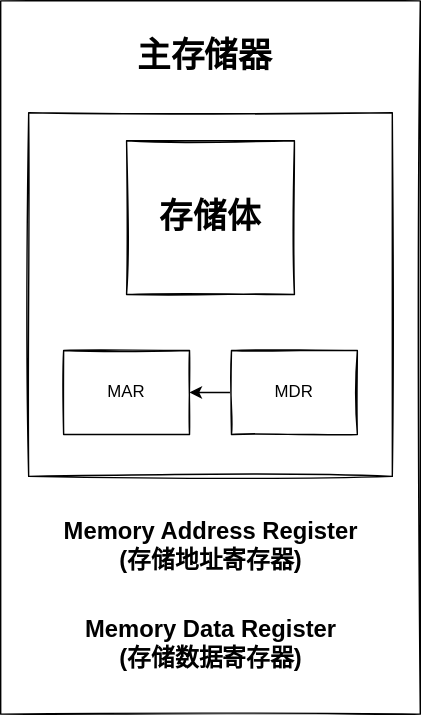
ricolxwz/Computer-Organization-408 keeps this draw.io diagram as Computer-Organization WD/Computer system overview/SVG/Main memory1.drawio.svg. Above is the earlier version. Source tidied: cells renumbered, new cells last; positions are measured from the earlier drawing's top-left corner, leaving out a move shared by most shapes.
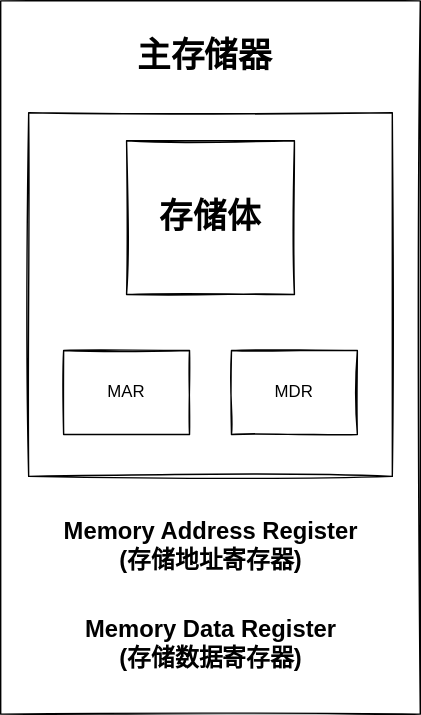
The same diagram one commit later.

Change to the diagram source:
```diff
@@ -20,9 +20,6 @@
     <mxCell id="7" value="MAR" style="rounded=0;whiteSpace=wrap;html=1;sketch=1;" parent="1" vertex="1">
       <mxGeometry x="45" y="250" width="90" height="60" as="geometry" />
     </mxCell>
-    <mxCell id="8" style="edgeStyle=none;html=1;" parent="1" edge="1" source="9" target="7">
-      <mxGeometry relative="1" as="geometry" />
-    </mxCell>
     <mxCell id="9" value="MDR" style="rounded=0;whiteSpace=wrap;html=1;sketch=1;" parent="1" vertex="1">
       <mxGeometry x="165" y="250" width="90" height="60" as="geometry" />
     </mxCell>
```
